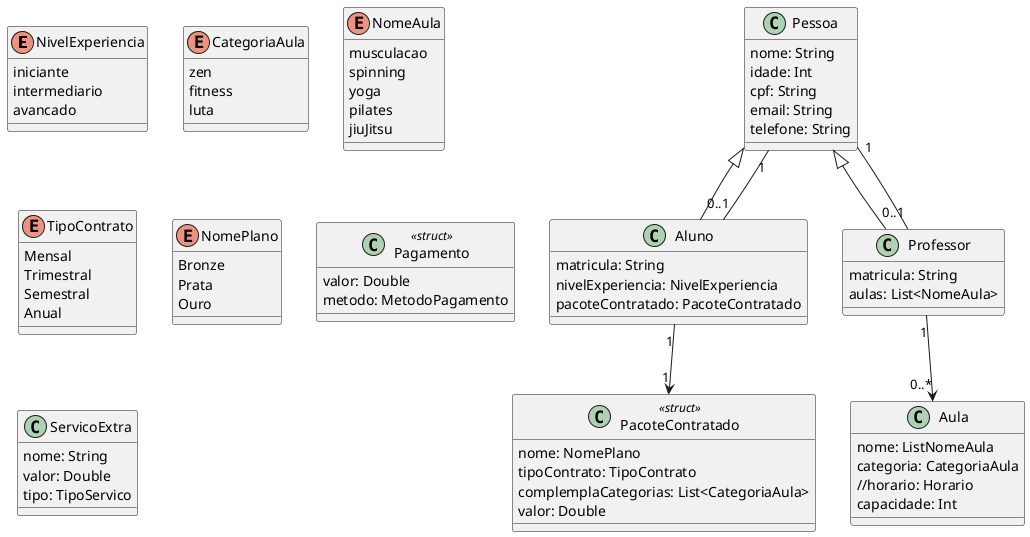
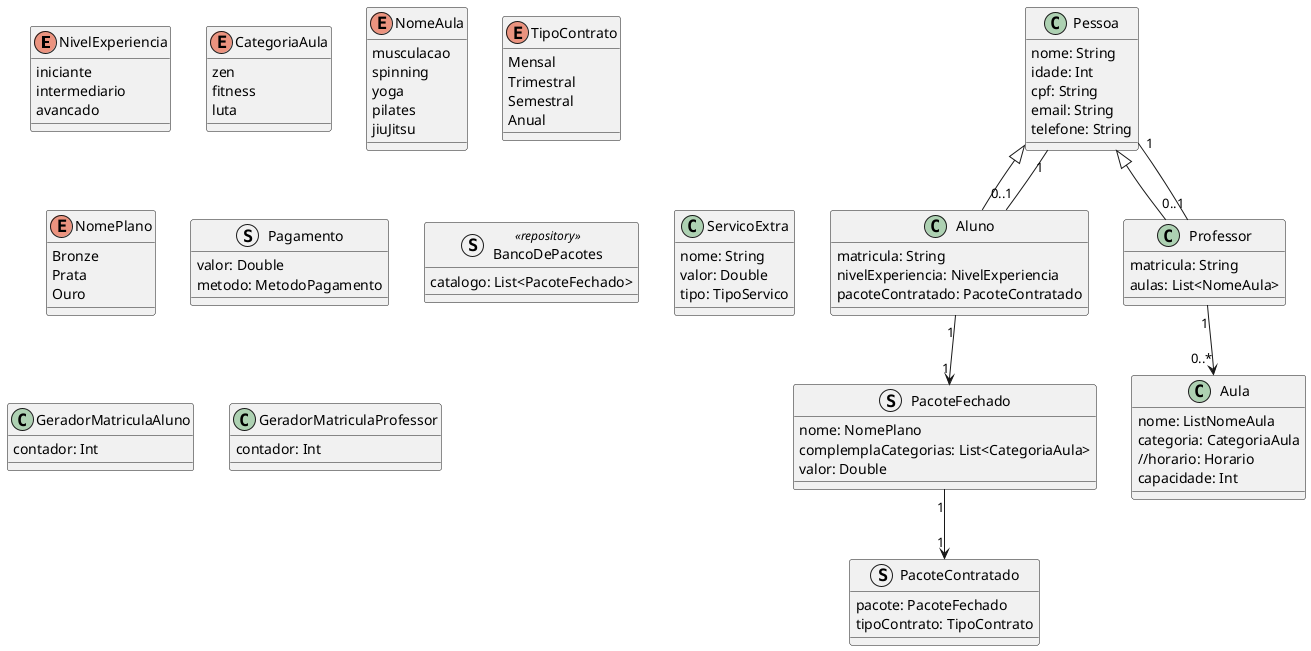
@startuml

' ===== ENUMS =====
enum NivelExperiencia {
  iniciante
  intermediario
  avancado
}

enum CategoriaAula {
    zen
    fitness
    luta
}

enum NomeAula {
  musculacao
  spinning
  yoga
  pilates
  jiuJitsu
}

enum TipoContrato {
  Mensal
  Trimestral
  Semestral
  Anual
}

enum NomePlano{
    Bronze
    Prata
    Ouro
}

' ===== STRUCTS  =====

- class Pagamento <<struct>> {
+ struct Pagamento  {
  valor: Double
  metodo: MetodoPagamento
}

- class PacoteContratado <<struct>> {
+ struct PacoteFechado  {
  nome: NomePlano
-   tipoContrato: TipoContrato
  complemplaCategorias: List<CategoriaAula>
  valor: Double
+ }
+ 
+ struct PacoteContratado  {
+   pacote: PacoteFechado
+   tipoContrato: TipoContrato
+ 
+ }
+ 
+ struct BancoDePacotes <<repository>> {
+   catalogo: List<PacoteFechado>
}
' ===== CLASSES =====

class ServicoExtra {
  nome: String
  valor: Double
  tipo: TipoServico
}

class Aula {
  nome: ListNomeAula
  categoria: CategoriaAula
  //horario: Horario
  capacidade: Int
}
- 
- 

class Pessoa {
  nome: String
  idade: Int
  cpf: String
  email: String
  telefone: String
}

class Aluno extends Pessoa {
  matricula: String
  nivelExperiencia: NivelExperiencia
  pacoteContratado: PacoteContratado
}

class Professor extends Pessoa {
  matricula: String
  aulas: List<NomeAula>
}

+ class GeradorMatriculaAluno {
+   contador: Int
+ }

- 
+ class GeradorMatriculaProfessor {
+   contador: Int
+ }
'class Contrato {
'  dataInicio: Date
'  ativo: Bool
'}

' ===== RELAÇÕES =====
Pessoa "1" -- "0..1" Aluno
Pessoa "1" -- "0..1" Professor

- Aluno "1" --> "1" PacoteContratado
- 
+ Aluno "1" --> "1" PacoteFechado
+ PacoteFechado "1" --> "1" PacoteContratado
Professor "1" --> "0..*" Aula



@enduml